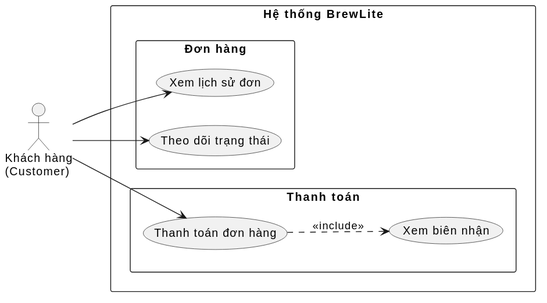
Earlier version of the PlantUML export docs/diagrams/transaction/usecase-order-history.svg (Phuc280106/BrewLite2). Its diagram source:
```plantuml
@startuml
left to right direction
skinparam packageStyle rectangle

actor "Khách hàng\n(Customer)" as Customer

rectangle "Hệ thống BrewLite" {

    package "Đơn hàng" {
        usecase "Xem lịch sử đơn" as ViewHistory
        usecase "Theo dõi trạng thái" as TrackStatus
    }

    package "Thanh toán" {
        usecase "Thanh toán đơn hàng" as Payment
        usecase "Xem biên nhận" as ViewReceipt
    }

    Customer --> ViewHistory
    Customer --> TrackStatus
    Customer --> Payment

    Payment ..> ViewReceipt : <<include>>
}
@enduml
```
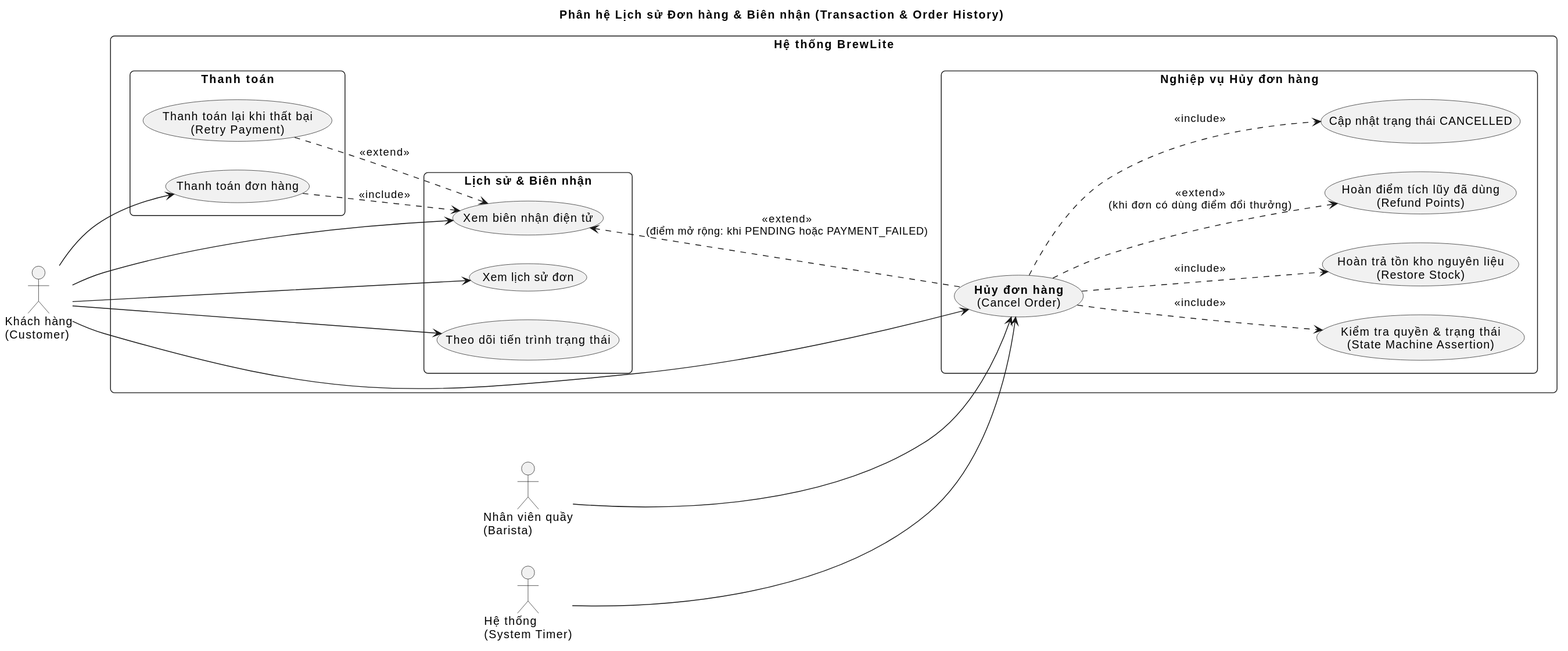
The same file after the commit.

Commit message:
docs(diagrams): render lai anh svg cho usecase va sequence theo dung puml da sua

Diff of the diagram source:
```diff
@@ -1,25 +1,55 @@
 @startuml
+title Phân hệ Lịch sử Đơn hàng & Biên nhận (Transaction & Order History)
 left to right direction
+
+skinparam monochrome true
 skinparam packageStyle rectangle
+skinparam shadowing false
+skinparam actorStyle stickman
+skinparam roundCorner 10
 
 actor "Khách hàng\n(Customer)" as Customer
+actor "Nhân viên quầy\n(Barista)" as Barista
+actor "Hệ thống\n(System Timer)" as SystemTimer
 
 rectangle "Hệ thống BrewLite" {
 
-    package "Đơn hàng" {
+    package "Lịch sử & Biên nhận" {
         usecase "Xem lịch sử đơn" as ViewHistory
-        usecase "Theo dõi trạng thái" as TrackStatus
+        usecase "Xem biên nhận điện tử" as ViewReceipt
+        usecase "Theo dõi tiến trình trạng thái" as TrackStatus
+    }
+
+    package "Nghiệp vụ Hủy đơn hàng" {
+        usecase "<b>Hủy đơn hàng</b>\n(Cancel Order)" as CancelOrder
+        usecase "Kiểm tra quyền & trạng thái\n(State Machine Assertion)" as ValidateCancel
+        usecase "Hoàn trả tồn kho nguyên liệu\n(Restore Stock)" as RestoreStock
+        usecase "Hoàn điểm tích lũy đã dùng\n(Refund Points)" as RefundPoints
+        usecase "Cập nhật trạng thái CANCELLED" as UpdateStatus
     }
 
     package "Thanh toán" {
         usecase "Thanh toán đơn hàng" as Payment
-        usecase "Xem biên nhận" as ViewReceipt
+        usecase "Thanh toán lại khi thất bại\n(Retry Payment)" as RetryPayment
     }
 
     Customer --> ViewHistory
+    Customer --> ViewReceipt
     Customer --> TrackStatus
     Customer --> Payment
+    Customer --> CancelOrder
+
+    Barista --> CancelOrder
+    SystemTimer --> CancelOrder
 
     Payment ..> ViewReceipt : <<include>>
+    RetryPayment ..> ViewReceipt : <<extend>>
+
+    CancelOrder .up.> ViewReceipt : <<extend>>\n(điểm mở rộng: khi PENDING hoặc PAYMENT_FAILED)
+
+    CancelOrder ..> ValidateCancel : <<include>>
+    CancelOrder ..> RestoreStock : <<include>>
+    CancelOrder ..> UpdateStatus : <<include>>
+    CancelOrder ..> RefundPoints : <<extend>>\n(khi đơn có dùng điểm đổi thưởng)
 }
 @enduml
```
